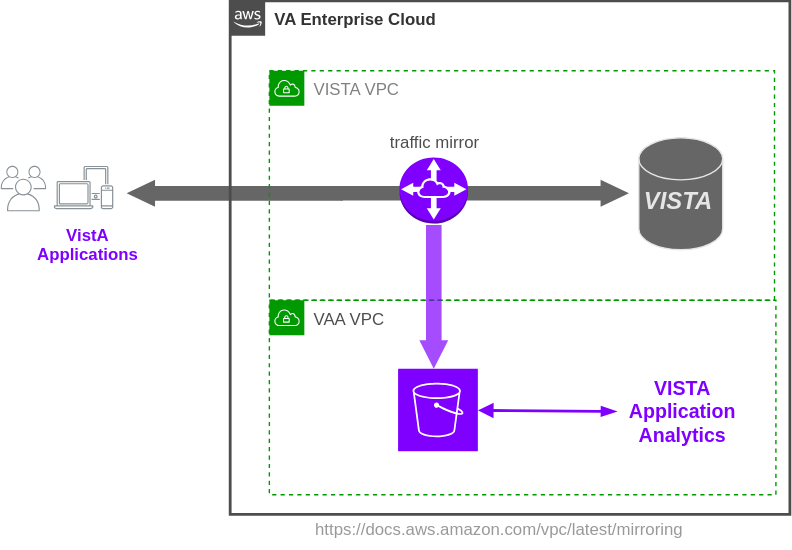
Above: vam.svg in cloudvista/vaa (draw.io), before the change. Source tidied: cells renumbered, new cells last; positions are measured from the earlier drawing's top-left corner, leaving out a move shared by most shapes.
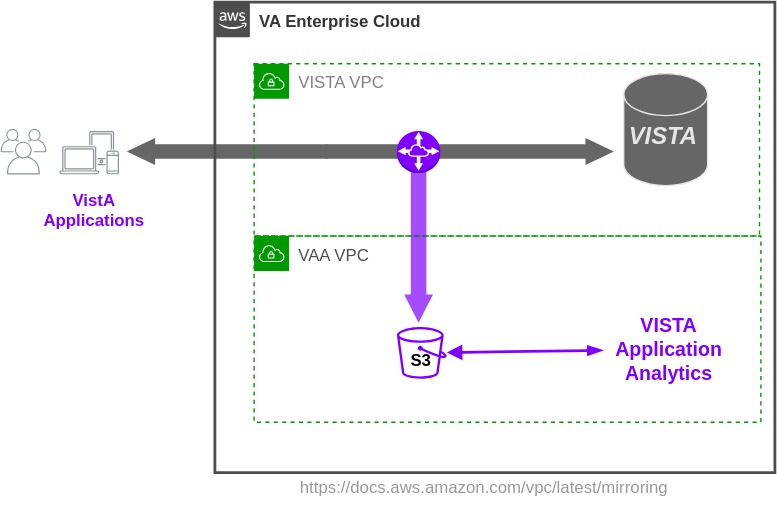
After the commit.

What changed in the source:
```diff
@@ -3,43 +3,34 @@
     <mxCell id="0" />
     <mxCell id="1" parent="0" />
     <mxCell id="2" style="html=1;shadow=0;dashed=0;align=center;verticalAlign=middle;shape=mxgraph.arrows2.arrow;dy=0.46;dx=20.3;direction=west;notch=0;strokeColor=none;strokeWidth=1;fontSize=12;fontColor=#808080;fillColor=#666666;flipV=1;" parent="1" vertex="1">
-      <mxGeometry x="90" y="128" width="154.4" height="19.3" as="geometry" />
+      <mxGeometry x="101" y="128" width="143.4" height="19.3" as="geometry" />
     </mxCell>
     <mxCell id="3" style="html=1;shadow=0;dashed=0;align=center;verticalAlign=middle;shape=mxgraph.arrows2.arrow;dy=0.46;dx=20.3;direction=east;notch=0;strokeColor=none;strokeWidth=1;fontSize=12;fontColor=#808080;fillColor=#666666;flipV=1;" parent="1" vertex="1">
       <mxGeometry x="243" y="128" width="206" height="19.3" as="geometry" />
     </mxCell>
     <mxCell id="4" value="&lt;b&gt;&lt;font color=&quot;#333333&quot;&gt;VA Enterprise Cloud&lt;/font&gt;&lt;/b&gt;" style="gradientColor=none;html=1;whiteSpace=wrap;fontSize=12;fontStyle=0;shape=mxgraph.aws4.group;grIcon=mxgraph.aws4.group_aws_cloud_alt;strokeColor=#4D4D4D;fillColor=none;verticalAlign=top;align=left;spacingLeft=30;fontColor=#232F3E;dashed=0;strokeWidth=2;fillOpacity=6;" parent="1" vertex="1">
-      <mxGeometry x="164" width="400" height="367" as="geometry" />
+      <mxGeometry x="164" y="31" width="400" height="336" as="geometry" />
     </mxCell>
     <mxCell id="5" value="https://docs.aws.amazon.com/vpc/latest/mirroring" style="text;html=1;align=center;verticalAlign=middle;strokeColor=none;fillColor=none;fontColor=#999999;" parent="1" vertex="1">
       <mxGeometry x="215" y="365" width="281" height="26" as="geometry" />
     </mxCell>
     <mxCell id="6" value="&lt;font color=&quot;#7f00ff&quot;&gt;&lt;b&gt;VistA &lt;br&gt;Applications&lt;/b&gt;&lt;/font&gt;" style="text;whiteSpace=wrap;html=1;fontColor=#999999;align=center;" parent="1" vertex="1">
-      <mxGeometry x="4" y="154" width="117.5" height="29" as="geometry" />
+      <mxGeometry x="19" y="159" width="117.5" height="29" as="geometry" />
     </mxCell>
     <mxCell id="7" style="sketch=0;gradientColor=none;fontColor=#545B64;strokeColor=none;fillColor=#879196;dashed=0;verticalLabelPosition=bottom;verticalAlign=top;align=center;html=1;fontSize=12;fontStyle=0;shape=mxgraph.aws4.illustration_users;" parent="1" vertex="1">
-      <mxGeometry y="118" width="32.5" height="32.5" as="geometry" />
+      <mxGeometry x="11" y="121.5" width="32.5" height="32.5" as="geometry" />
     </mxCell>
     <mxCell id="8" style="sketch=0;gradientColor=none;fontColor=#545B64;strokeColor=none;fillColor=#879196;dashed=0;verticalLabelPosition=bottom;verticalAlign=top;align=center;html=1;fontSize=12;fontStyle=0;shape=mxgraph.aws4.illustration_devices;" parent="1" vertex="1">
-      <mxGeometry x="38" y="118" width="42.5" height="31" as="geometry" />
+      <mxGeometry x="53" y="123" width="42.5" height="31" as="geometry" />
     </mxCell>
     <mxCell id="9" value="VAA VPC" style="gradientColor=none;html=1;whiteSpace=wrap;fontSize=12;fontStyle=0;shape=mxgraph.aws4.group;grIcon=mxgraph.aws4.group_vpc;strokeColor=#009900;fillColor=none;verticalAlign=top;align=left;spacingLeft=30;fontColor=#4D4D4D;dashed=1;strokeWidth=1;" parent="1" vertex="1">
-      <mxGeometry x="192" y="214" width="362" height="139" as="geometry" />
+      <mxGeometry x="192" y="198" width="362" height="133" as="geometry" />
     </mxCell>
     <mxCell id="10" value="&lt;b&gt;&lt;font color=&quot;#7f00ff&quot; style=&quot;font-size: 14px;&quot;&gt;VISTA&lt;br&gt;Application&lt;br&gt;Analytics&lt;/font&gt;&lt;/b&gt;" style="text;html=1;align=center;verticalAlign=middle;points=[];strokeColor=none;fillColor=none;" parent="9" vertex="1">
-      <mxGeometry x="248" y="49" width="94" height="62" as="geometry" />
+      <mxGeometry x="249" y="50" width="94" height="62" as="geometry" />
     </mxCell>
-    <mxCell id="11" value="&lt;font color=&quot;#808080&quot;&gt;VISTA VPC&lt;/font&gt;" style="gradientColor=none;html=1;whiteSpace=wrap;fontSize=12;fontStyle=0;shape=mxgraph.aws4.group;grIcon=mxgraph.aws4.group_vpc;strokeColor=#009900;fillColor=none;verticalAlign=top;align=left;spacingLeft=30;fontColor=#AAB7B8;dashed=1;strokeWidth=1;" parent="9" vertex="1">
-      <mxGeometry y="-164" width="361" height="164" as="geometry" />
-    </mxCell>
-    <mxCell id="12" value="traffic mirror" style="text;html=1;align=center;verticalAlign=middle;strokeColor=none;fillColor=none;fontColor=#4D4D4D;" parent="9" vertex="1">
-      <mxGeometry x="76.5" y="-125" width="82" height="26" as="geometry" />
-    </mxCell>
-    <mxCell id="13" style="dashed=0;verticalLabelPosition=bottom;verticalAlign=top;align=center;html=1;shape=mxgraph.aws3.vpc_peering;fillColor=#7F00FF;gradientColor=none;strokeColor=#666666;strokeWidth=1;" parent="9" vertex="1">
-      <mxGeometry x="93" y="-102" width="49" height="47.2" as="geometry" />
-    </mxCell>
     <mxCell id="14" style="html=1;shadow=0;dashed=0;align=center;verticalAlign=middle;shape=mxgraph.arrows2.arrow;dy=0.46;dx=20.3;direction=north;notch=0;strokeColor=none;strokeWidth=1;fontSize=12;fontColor=#808080;fillColor=#7F00FF;flipV=1;flipH=1;fillOpacity=70;" parent="9" vertex="1">
-      <mxGeometry x="107.2" y="-53.8" width="20.6" height="102.8" as="geometry" />
+      <mxGeometry x="107.2" y="-61" width="20.6" height="123" as="geometry" />
     </mxCell>
     <mxCell id="15" style="shape=cylinder3;whiteSpace=wrap;html=1;boundedLbl=1;backgroundOutline=1;size=15;fontSize=14;fillColor=#666666;strokeColor=#E6E6E6;" parent="9" vertex="1">
       <mxGeometry x="264" y="-116" width="60" height="80" as="geometry" />
@@ -47,11 +38,20 @@
     <mxCell id="16" value="&lt;i style=&quot;&quot;&gt;&lt;font style=&quot;font-size: 17px;&quot;&gt;VISTA&lt;/font&gt;&lt;/i&gt;" style="text;html=1;strokeColor=none;fillColor=none;align=center;verticalAlign=middle;whiteSpace=wrap;rounded=0;labelBackgroundColor=none;labelBorderColor=none;fontStyle=1;fontSize=35;fontColor=#E6E6E6;" parent="9" vertex="1">
       <mxGeometry x="264" y="-90.9" width="57" height="25" as="geometry" />
     </mxCell>
-    <mxCell id="17" style="sketch=0;shadow=0;dashed=0;html=1;strokeColor=none;fillColor=#7F00FF;labelPosition=center;verticalLabelPosition=bottom;verticalAlign=top;align=center;outlineConnect=0;shape=mxgraph.veeam2.aws_s3;" parent="1" vertex="1">
-      <mxGeometry x="284" y="263" width="57" height="59" as="geometry" />
-    </mxCell>
+    <mxCell id="19" style="sketch=0;outlineConnect=0;fontColor=#232F3E;gradientColor=none;fillColor=#7F00FF;strokeColor=#7F00FF;dashed=0;verticalLabelPosition=bottom;verticalAlign=top;align=center;html=1;fontSize=12;fontStyle=0;shape=mxgraph.aws4.bucket;" parent="9" vertex="1">
+      <mxGeometry x="102" y="65" width="35.6" height="37" as="geometry" />
+    </mxCell>
-    <mxCell id="18" style="edgeStyle=none;html=1;strokeWidth=2;fontSize=17;fontColor=#7F00FF;startArrow=blockThin;startFill=1;endArrow=block;endFill=1;strokeColor=#7F00FF;" parent="1" edge="1" source="10" target="17">
+    <mxCell id="18" style="edgeStyle=none;html=1;strokeWidth=2;fontSize=17;fontColor=#7F00FF;startArrow=blockThin;startFill=1;endArrow=block;endFill=1;strokeColor=#7F00FF;" parent="9" edge="1" source="10" target="19">
       <mxGeometry relative="1" as="geometry" />
     </mxCell>
+    <mxCell id="20" value="&lt;b&gt;S3&lt;/b&gt;" style="text;html=1;align=center;verticalAlign=middle;strokeColor=none;fillColor=none;" parent="9" vertex="1">
+      <mxGeometry x="102" y="76" width="33" height="26" as="geometry" />
+    </mxCell>
+    <mxCell id="11" value="&lt;font color=&quot;#808080&quot;&gt;VISTA VPC&lt;/font&gt;" style="gradientColor=none;html=1;whiteSpace=wrap;fontSize=12;fontStyle=0;shape=mxgraph.aws4.group;grIcon=mxgraph.aws4.group_vpc;strokeColor=#009900;fillColor=none;verticalAlign=top;align=left;spacingLeft=30;fontColor=#AAB7B8;dashed=1;strokeWidth=1;" parent="1" vertex="1">
+      <mxGeometry x="192" y="75" width="361" height="123" as="geometry" />
+    </mxCell>
+    <mxCell id="13" style="dashed=0;verticalLabelPosition=bottom;verticalAlign=top;align=center;html=1;shape=mxgraph.aws3.vpc_peering;fillColor=#7F00FF;gradientColor=none;strokeColor=#666666;strokeWidth=1;" parent="1" vertex="1">
+      <mxGeometry x="294" y="123" width="31" height="30" as="geometry" />
+    </mxCell>
   </root>
 </mxGraphModel>
```
